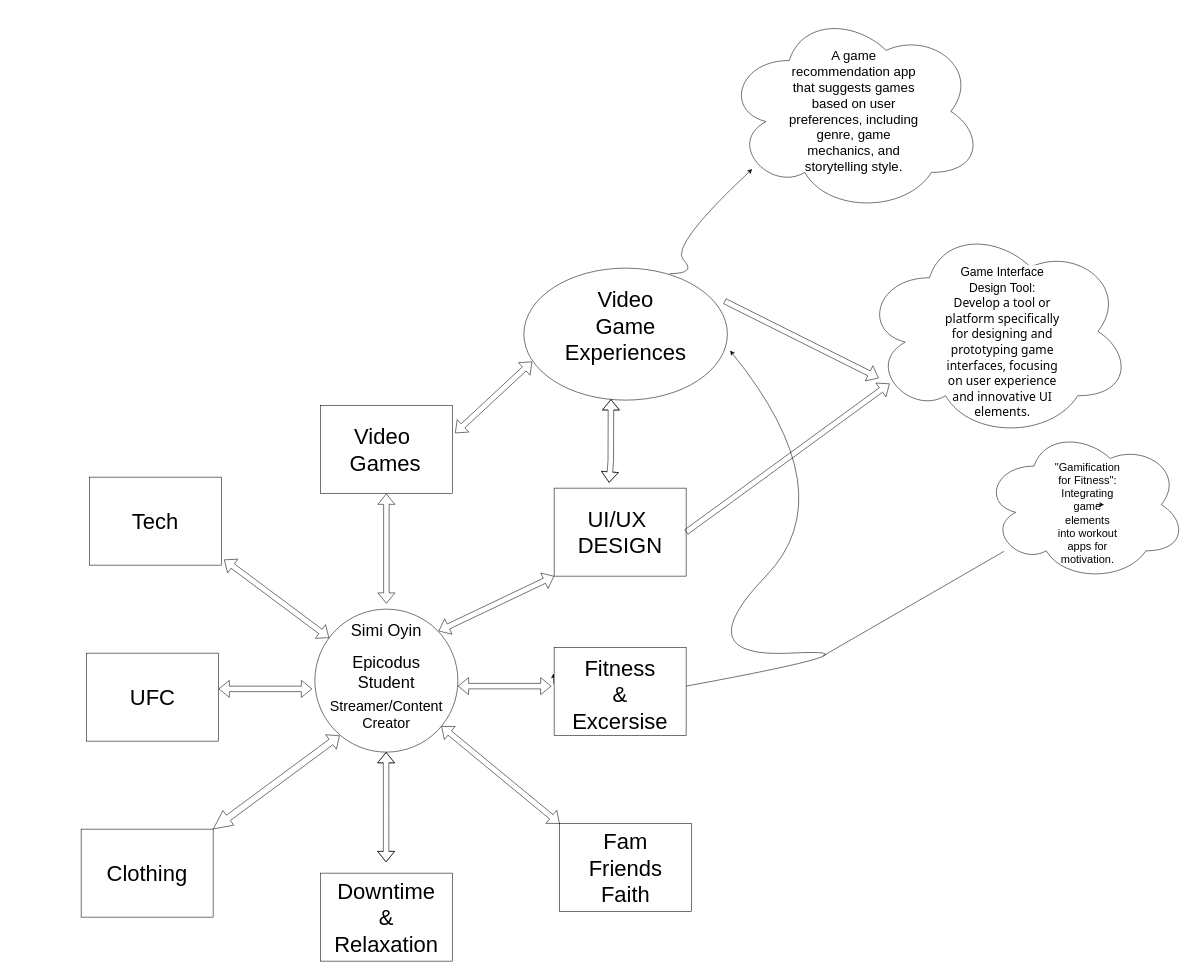
The draw.io diagram Untitled Diagram.drawio in simioyin222/CapstoneProjectIdeaBoard, before the edit. Source tidied: cells renumbered, new cells numbered last; positions are measured from the earlier drawing's top-left corner, leaving out a move shared by most shapes. Both pictures are drawn from the tidied source at 55%, with x=0, y=0 at pixel (81, 9).
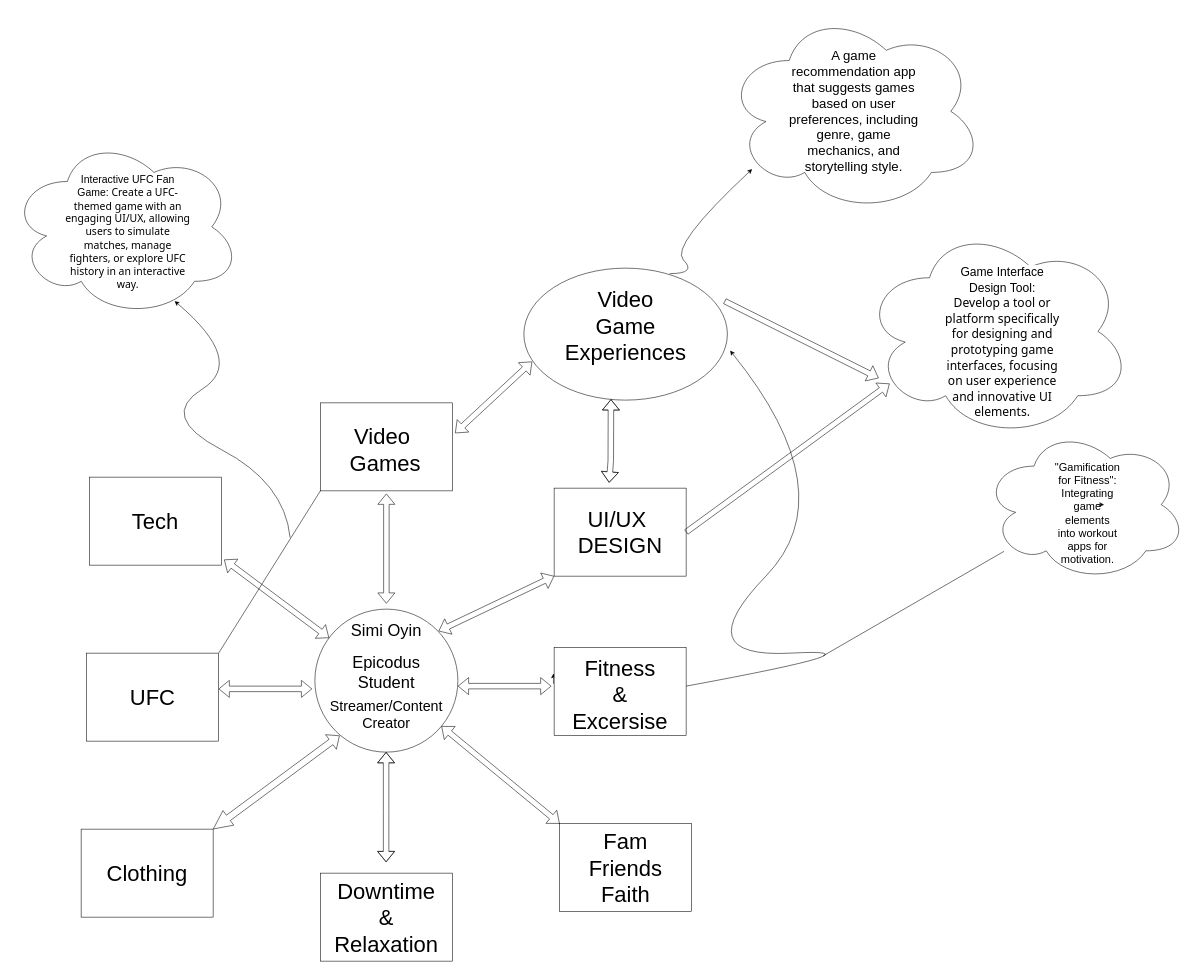
The same diagram, later.

Commit message:
add another creative aspect idea

Change to the diagram source:
```diff
@@
     <mxCell id="15" style="rounded=0;whiteSpace=wrap;html=1;" parent="1" vertex="1">
-      <mxGeometry x="435" y="720" width="240" height="160" as="geometry" />
+      <mxGeometry x="435" y="715" width="240" height="160" as="geometry" />
     </mxCell>
@@
+    <mxCell id="47" style="endArrow=none;html=1;rounded=0;entryX=0;entryY=1;entryDx=0;entryDy=0;" parent="1" edge="1" target="15">
+      <mxGeometry relative="1" as="geometry">
+        <mxPoint x="250" y="1170" as="sourcePoint" />
+      </mxGeometry>
+    </mxCell>
+    <mxCell id="48" style="curved=1;endArrow=classic;html=1;rounded=0;" parent="1" edge="1">
+      <mxGeometry relative="1" as="geometry">
+        <mxPoint x="380" y="960" as="sourcePoint" />
+        <mxPoint x="170" y="530" as="targetPoint" />
+        <Array as="points">
+          <mxPoint x="370" y="860" />
+          <mxPoint x="140" y="740" />
+          <mxPoint x="300" y="640" />
+        </Array>
+      </mxGeometry>
+    </mxCell>
+    <mxCell id="49" style="ellipse;shape=cloud;whiteSpace=wrap;html=1;" parent="1" vertex="1">
+      <mxGeometry x="-130" y="230" width="420" height="330" as="geometry" />
+    </mxCell>
+    <mxCell id="50" value="&lt;span style=&quot;background-color: rgb(255, 255, 255);&quot;&gt;Interactive UFC Fan Game:&lt;span style=&quot;font-family: Söhne, ui-sans-serif, system-ui, -apple-system, &amp;quot;Segoe UI&amp;quot;, Roboto, Ubuntu, Cantarell, &amp;quot;Noto Sans&amp;quot;, sans-serif, &amp;quot;Helvetica Neue&amp;quot;, Arial, &amp;quot;Apple Color Emoji&amp;quot;, &amp;quot;Segoe UI Emoji&amp;quot;, &amp;quot;Segoe UI Symbol&amp;quot;, &amp;quot;Noto Color Emoji&amp;quot;; font-size: 19px; text-align: left;&quot;&gt; Create a UFC-themed game with an engaging UI/UX, allowing users to simulate matches, manage fighters, or explore UFC history in an interactive way.&lt;/span&gt;&lt;/span&gt;" style="text;html=1;strokeColor=none;fillColor=none;align=center;verticalAlign=middle;whiteSpace=wrap;rounded=0;fontSize=19;" parent="1" vertex="1">
+      <mxGeometry x="-30" y="390" width="230" height="30" as="geometry" />
+    </mxCell>
```
